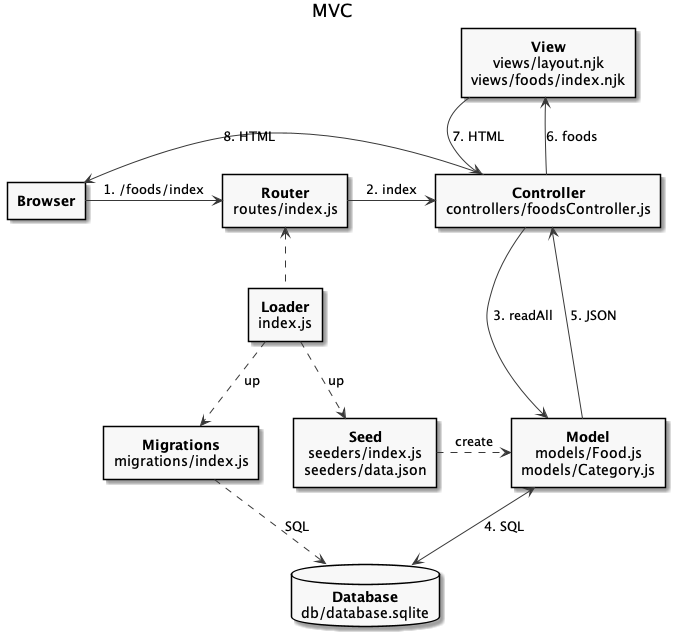
Earlier version of the PlantUML export classnotes/13/assets/mvc.png (ifpb/lp2).
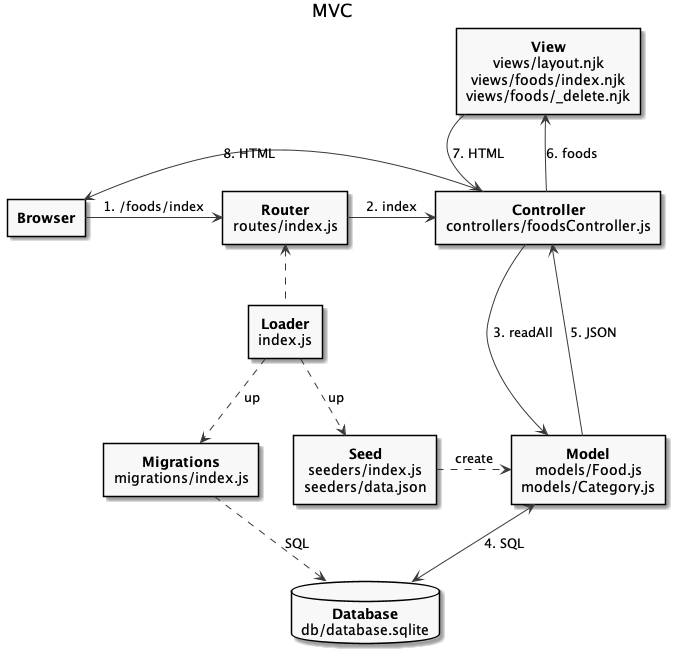
Later version of the same file.

The edit, as a diff of the source:
```diff
@@ -37,6 +37,7 @@
   <b>View
   views/layout.njk
   views/foods/index.njk
+  views/foods/_delete.njk
 ]
 database Database [
   <b>Database
```
